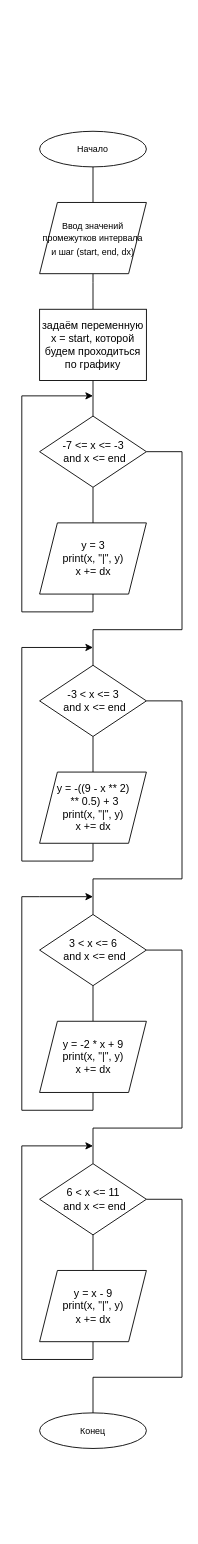
Above: task_1/Диаграмма для 1 задачи.drawio in konodop/Python_cycles (draw.io), before the change. Source tidied: cells renumbered, new cells numbered last; positions are measured from the earlier drawing's top-left corner, leaving out a move shared by most shapes. Both pictures are drawn from the tidied source at 89%, with x=0, y=0 at pixel (21, 131).
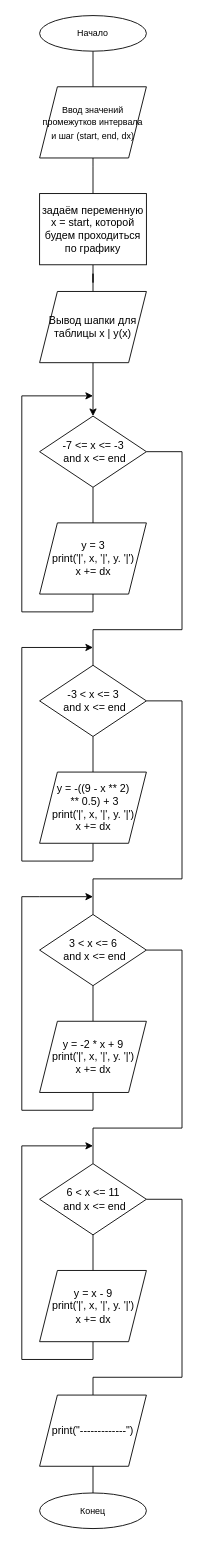
Above is the later version.

Commit message (it also covers changes not shown here):
Переоформил таблицу

сделал в виде таблицы

Unchanged cells that the change refers to:
```xml
<mxCell id="8" value="-7 &amp;lt;= x &amp;lt;= -3&lt;div&gt;&amp;nbsp;and x &amp;lt;= end&lt;/div&gt;" style="rhombus;html=1;shapeInside=1;" parent="1" vertex="1">
  <mxGeometry x="20" y="320" width="120" height="80" as="geometry" />
</mxCell>
```

Change to the diagram source:
```diff
@@
     <mxCell id="3" value="&lt;font style=&quot;font-size: 10px;&quot;&gt;Начало&lt;/font&gt;" style="ellipse;whiteSpace=wrap;html=1;shapeInside=1;" parent="1" vertex="1">
-      <mxGeometry x="20" width="120" height="40" as="geometry" />
+      <mxGeometry x="20" y="-130" width="120" height="40" as="geometry" />
     </mxCell>
     <mxCell id="4" style="edgeStyle=orthogonalEdgeStyle;rounded=0;jettySize=auto;html=1;endArrow=none;endFill=0;" parent="1" edge="1" source="5" target="11">
       <mxGeometry relative="1" as="geometry">
         <Array as="points">
-          <mxPoint x="80" y="170" />
-          <mxPoint x="80" y="170" />
+          <mxPoint x="80" y="40" />
+          <mxPoint x="80" y="40" />
         </Array>
       </mxGeometry>
     </mxCell>
     <mxCell id="5" value="&lt;font style=&quot;font-size: 10px;&quot;&gt;Ввод значений промежутков интервала и шаг (start, end, dx)&lt;/font&gt;" style="shape=parallelogram;perimeter=parallelogramPerimeter;whiteSpace=wrap;html=1;shapeInside=1;fixedSize=1;" parent="1" vertex="1">
-      <mxGeometry x="20" y="80" width="120" height="80" as="geometry" />
+      <mxGeometry x="20" y="-50" width="120" height="80" as="geometry" />
     </mxCell>
@@
     <mxCell id="9" value="&lt;font style=&quot;font-size: 10px;&quot;&gt;Конец&lt;/font&gt;" style="ellipse;whiteSpace=wrap;html=1;shapeInside=1;" parent="1" vertex="1">
-      <mxGeometry x="20" y="1440" width="120" height="40" as="geometry" />
+      <mxGeometry x="20" y="1530" width="120" height="40" as="geometry" />
     </mxCell>
-    <mxCell id="10" style="edgeStyle=orthogonalEdgeStyle;rounded=0;jettySize=auto;html=1;endArrow=none;endFill=0;" parent="1" edge="1" source="11" target="8">
-      <mxGeometry relative="1" as="geometry" />
-    </mxCell>
+    <mxCell id="29" style="edgeStyle=orthogonalEdgeStyle;rounded=0;jettySize=auto;html=1;fontFamily=Helvetica;fontSize=12;fontColor=default;endArrow=none;endFill=0;" parent="1" edge="1" source="11" target="31">
+      <mxGeometry relative="1" as="geometry" />
+    </mxCell>
     <mxCell id="11" value="задаём переменную x = start, которой будем проходиться по графику" style="rounded=0;whiteSpace=wrap;html=1;" parent="1" vertex="1">
-      <mxGeometry x="20" y="200" width="120" height="80" as="geometry" />
+      <mxGeometry x="20" y="70" width="120" height="80" as="geometry" />
     </mxCell>
@@
-    <mxCell id="13" value="y = 3&lt;div&gt;&lt;span style=&quot;background-color: transparent; color: light-dark(rgb(0, 0, 0), rgb(255, 255, 255)); text-decoration-line: inherit;&quot;&gt;print(x, &quot;|&quot;, y)&lt;/span&gt;&lt;/div&gt;&lt;div&gt;&lt;span style=&quot;background-color: transparent; color: light-dark(rgb(0, 0, 0), rgb(255, 255, 255)); text-decoration-line: inherit;&quot;&gt;x += dx&lt;/span&gt;&lt;/div&gt;" style="shape=parallelogram;perimeter=parallelogramPerimeter;html=1;shapeInside=1;fixedSize=1;align=center;labelPosition=center;verticalLabelPosition=middle;verticalAlign=middle;" parent="1" vertex="1">
+    <mxCell id="13" value="y = 3&lt;div&gt;&lt;span style=&quot;background-color: transparent; color: light-dark(rgb(0, 0, 0), rgb(255, 255, 255)); text-decoration-line: inherit;&quot;&gt;print('|', x, '|', y. '|')&lt;/span&gt;&lt;/div&gt;&lt;div&gt;&lt;span style=&quot;background-color: transparent; color: light-dark(rgb(0, 0, 0), rgb(255, 255, 255)); text-decoration-line: inherit;&quot;&gt;x += dx&lt;/span&gt;&lt;/div&gt;" style="shape=parallelogram;perimeter=parallelogramPerimeter;html=1;shapeInside=1;fixedSize=1;align=center;labelPosition=center;verticalLabelPosition=middle;verticalAlign=middle;" parent="1" vertex="1">
       <mxGeometry x="20" y="440" width="120" height="80" as="geometry" />
     </mxCell>
@@
-    <mxCell id="18" value="y = -((9 - x ** 2)&lt;div&gt;&amp;nbsp;** 0.5) + 3&lt;div&gt;&lt;span style=&quot;background-color: transparent; color: light-dark(rgb(0, 0, 0), rgb(255, 255, 255)); text-decoration-line: inherit;&quot;&gt;print(x, &quot;|&quot;, y)&lt;/span&gt;&lt;/div&gt;&lt;div&gt;&lt;span style=&quot;background-color: transparent; color: light-dark(rgb(0, 0, 0), rgb(255, 255, 255)); text-decoration-line: inherit;&quot;&gt;x += dx&lt;/span&gt;&lt;/div&gt;&lt;/div&gt;" style="shape=parallelogram;perimeter=parallelogramPerimeter;html=1;shapeInside=1;fixedSize=1;align=center;labelPosition=center;verticalLabelPosition=middle;verticalAlign=middle;" parent="1" vertex="1">
+    <mxCell id="18" value="y = -((9 - x ** 2)&lt;div&gt;&amp;nbsp;** 0.5) + 3&lt;div&gt;&lt;span style=&quot;background-color: transparent; color: light-dark(rgb(0, 0, 0), rgb(255, 255, 255)); text-decoration-line: inherit;&quot;&gt;print('|', x, '|', y. '|')&lt;/span&gt;&lt;/div&gt;&lt;div&gt;&lt;span style=&quot;background-color: transparent; color: light-dark(rgb(0, 0, 0), rgb(255, 255, 255)); text-decoration-line: inherit;&quot;&gt;x += dx&lt;/span&gt;&lt;/div&gt;&lt;/div&gt;" style="shape=parallelogram;perimeter=parallelogramPerimeter;html=1;shapeInside=1;fixedSize=1;align=center;labelPosition=center;verticalLabelPosition=middle;verticalAlign=middle;" parent="1" vertex="1">
       <mxGeometry x="20" y="720" width="120" height="80" as="geometry" />
     </mxCell>
@@
-    <mxCell id="23" value="y = -2 * x + 9&lt;div&gt;&lt;span style=&quot;background-color: transparent; color: light-dark(rgb(0, 0, 0), rgb(255, 255, 255)); text-decoration-line: inherit;&quot;&gt;print(x, &quot;|&quot;, y)&lt;/span&gt;&lt;/div&gt;&lt;div&gt;&lt;span style=&quot;background-color: transparent; color: light-dark(rgb(0, 0, 0), rgb(255, 255, 255)); text-decoration-line: inherit;&quot;&gt;x += dx&lt;/span&gt;&lt;/div&gt;" style="shape=parallelogram;perimeter=parallelogramPerimeter;html=1;shapeInside=1;fixedSize=1;align=center;labelPosition=center;verticalLabelPosition=middle;verticalAlign=middle;" parent="1" vertex="1">
+    <mxCell id="23" value="y = -2 * x + 9&lt;div&gt;&lt;div&gt;&lt;span style=&quot;background-color: transparent; color: light-dark(rgb(0, 0, 0), rgb(255, 255, 255)); text-decoration-line: inherit;&quot;&gt;print('|', x, '|', y. '|')&lt;/span&gt;&lt;/div&gt;&lt;/div&gt;&lt;div&gt;&lt;span style=&quot;background-color: transparent; color: light-dark(rgb(0, 0, 0), rgb(255, 255, 255)); text-decoration-line: inherit;&quot;&gt;x += dx&lt;/span&gt;&lt;/div&gt;" style="shape=parallelogram;perimeter=parallelogramPerimeter;html=1;shapeInside=1;fixedSize=1;align=center;labelPosition=center;verticalLabelPosition=middle;verticalAlign=middle;" parent="1" vertex="1">
       <mxGeometry x="20" y="1000" width="120" height="80" as="geometry" />
     </mxCell>
@@
-    <mxCell id="28" value="y = x - 9&lt;div&gt;&lt;span style=&quot;background-color: transparent; color: light-dark(rgb(0, 0, 0), rgb(255, 255, 255)); text-decoration-line: inherit;&quot;&gt;print(x, &quot;|&quot;, y)&lt;/span&gt;&lt;/div&gt;&lt;div&gt;&lt;span style=&quot;background-color: transparent; color: light-dark(rgb(0, 0, 0), rgb(255, 255, 255)); text-decoration-line: inherit;&quot;&gt;x += dx&lt;/span&gt;&lt;/div&gt;" style="shape=parallelogram;perimeter=parallelogramPerimeter;html=1;shapeInside=1;fixedSize=1;align=center;labelPosition=center;verticalLabelPosition=middle;verticalAlign=middle;" parent="1" vertex="1">
+    <mxCell id="28" value="y = x - 9&lt;div&gt;&lt;span style=&quot;background-color: transparent; color: light-dark(rgb(0, 0, 0), rgb(255, 255, 255)); text-decoration-line: inherit;&quot;&gt;print('|', x, '|', y. '|')&lt;/span&gt;&lt;/div&gt;&lt;div&gt;&lt;span style=&quot;background-color: transparent; color: light-dark(rgb(0, 0, 0), rgb(255, 255, 255)); text-decoration-line: inherit;&quot;&gt;x += dx&lt;/span&gt;&lt;/div&gt;" style="shape=parallelogram;perimeter=parallelogramPerimeter;html=1;shapeInside=1;fixedSize=1;align=center;labelPosition=center;verticalLabelPosition=middle;verticalAlign=middle;" parent="1" vertex="1">
       <mxGeometry x="20" y="1280" width="120" height="80" as="geometry" />
     </mxCell>
+    <mxCell id="30" style="edgeStyle=orthogonalEdgeStyle;rounded=0;jettySize=auto;html=1;fontFamily=Helvetica;fontSize=12;fontColor=default;" parent="1" edge="1" source="31" target="8">
+      <mxGeometry relative="1" as="geometry" />
+    </mxCell>
+    <mxCell id="31" value="Вывод шапки для таблицы x | y(x)" style="shape=parallelogram;perimeter=parallelogramPerimeter;whiteSpace=wrap;html=1;shapeInside=1;fixedSize=1;" parent="1" vertex="1">
+      <mxGeometry x="20" y="180" width="120" height="80" as="geometry" />
+    </mxCell>
+    <mxCell id="32" value="print(&quot;-------------&quot;)" style="shape=parallelogram;perimeter=parallelogramPerimeter;whiteSpace=wrap;html=1;shapeInside=1;fixedSize=1;" parent="1" vertex="1">
+      <mxGeometry x="20" y="1420" width="120" height="80" as="geometry" />
+    </mxCell>
```
